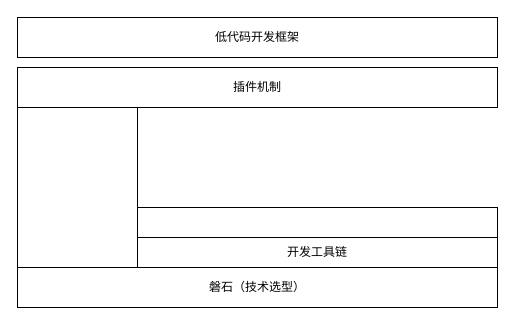
This is 低——研究内容——低代码开发框架.drawio from tangyaosimida/love, a draw.io file, before an edit. Source tidied: cells renumbered, new cells numbered last; positions are measured from the earlier drawing's top-left corner, leaving out a move shared by most shapes. Both pictures are drawn from the tidied source at 100%, with x=0, y=0 at pixel (17, 17).
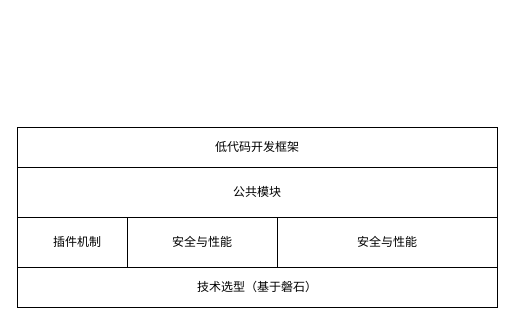
After the change.

Commit message (it also covers changes not shown here):
更新低——研究内容——低代码开发框架.drawio

Diff of the diagram source:
```diff
@@
 <mxGraphModel>
   <root>
     <mxCell id="0" />
     <mxCell id="1" parent="0" />
-    <mxCell id="2" value="磐石（技术选型）" style="rounded=0;whiteSpace=wrap;html=1;" parent="1" vertex="1">
+    <mxCell id="2" value="技术选型（基于磐石）" style="rounded=0;whiteSpace=wrap;html=1;" parent="1" vertex="1">
       <mxGeometry y="250" width="480" height="40" as="geometry" />
     </mxCell>
-    <mxCell id="3" style="rounded=0;whiteSpace=wrap;html=1;" parent="1" vertex="1">
-      <mxGeometry y="90" width="120" height="160" as="geometry" />
-    </mxCell>
-    <mxCell id="4" value="开发工具链" style="rounded=0;whiteSpace=wrap;html=1;" parent="1" vertex="1">
-      <mxGeometry x="120" y="220" width="360" height="30" as="geometry" />
+    <mxCell id="4" value="插件机制" style="rounded=0;whiteSpace=wrap;html=1;" parent="1" vertex="1">
+      <mxGeometry y="200" width="120" height="50" as="geometry" />
     </mxCell>
-    <mxCell id="5" value="插件机制" style="rounded=0;whiteSpace=wrap;html=1;" parent="1" vertex="1">
-      <mxGeometry y="50" width="480" height="40" as="geometry" />
-    </mxCell>
     <mxCell id="6" value="低代码开发框架" style="rounded=0;whiteSpace=wrap;html=1;" parent="1" vertex="1">
-      <mxGeometry width="480" height="40" as="geometry" />
+      <mxGeometry y="110" width="480" height="40" as="geometry" />
     </mxCell>
-    <mxCell id="7" style="rounded=0;whiteSpace=wrap;html=1;" parent="1" vertex="1">
-      <mxGeometry x="120" y="190" width="360" height="30" as="geometry" />
+    <mxCell id="7" value="安全与性能" style="rounded=0;whiteSpace=wrap;html=1;" parent="1" vertex="1">
+      <mxGeometry x="110" y="200" width="150" height="50" as="geometry" />
     </mxCell>
+    <mxCell id="8" value="公共模块" style="rounded=0;whiteSpace=wrap;html=1;" parent="1" vertex="1">
+      <mxGeometry y="150" width="480" height="50" as="geometry" />
+    </mxCell>
+    <mxCell id="9" value="安全与性能" style="rounded=0;whiteSpace=wrap;html=1;" parent="1" vertex="1">
+      <mxGeometry x="260" y="200" width="220" height="50" as="geometry" />
+    </mxCell>
   </root>
 </mxGraphModel>
```
